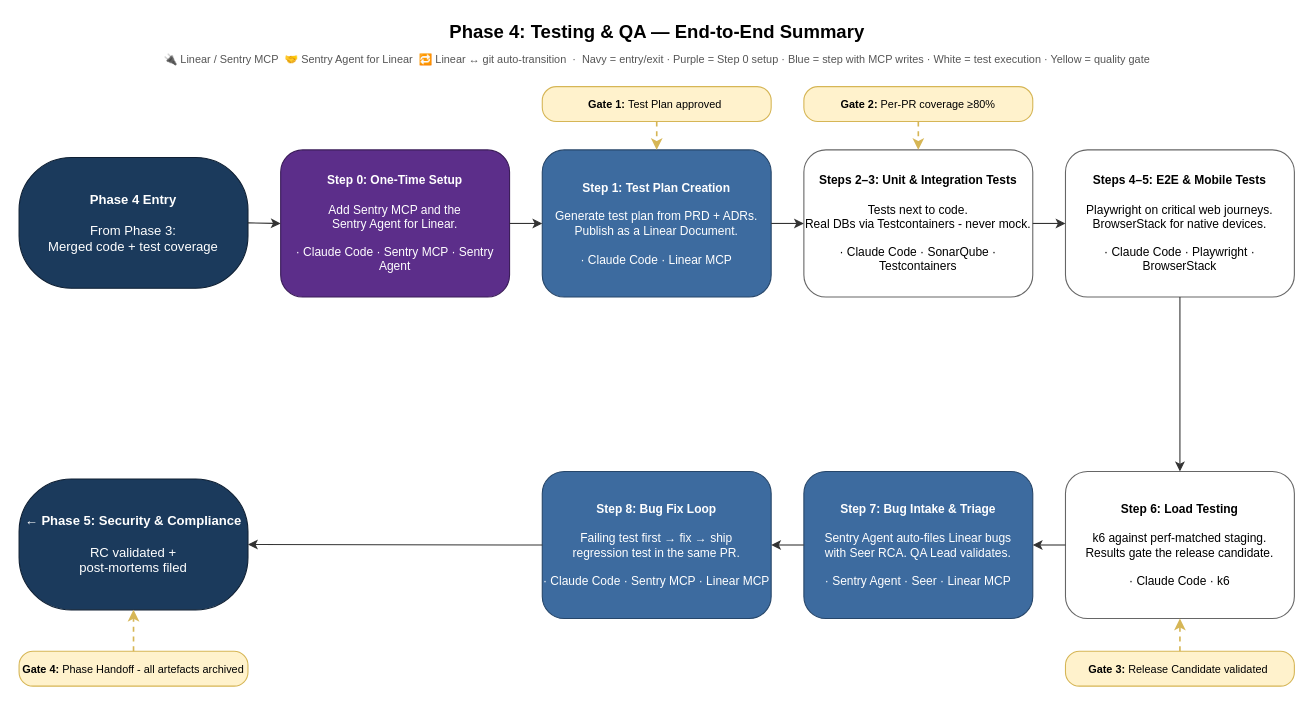
Before: aidlc-phases/04-testing-and-qa/FLOWCHART-SUMMARY-horizontal.drawio in kalpat-allion/ai-dlc, a draw.io diagram. Source tidied: cells renumbered, new cells numbered last; positions are measured from the earlier drawing's top-left corner, leaving out a move shared by most shapes. Both pictures are drawn from the tidied source at 109%, with x=0, y=0 at pixel (19, 19).
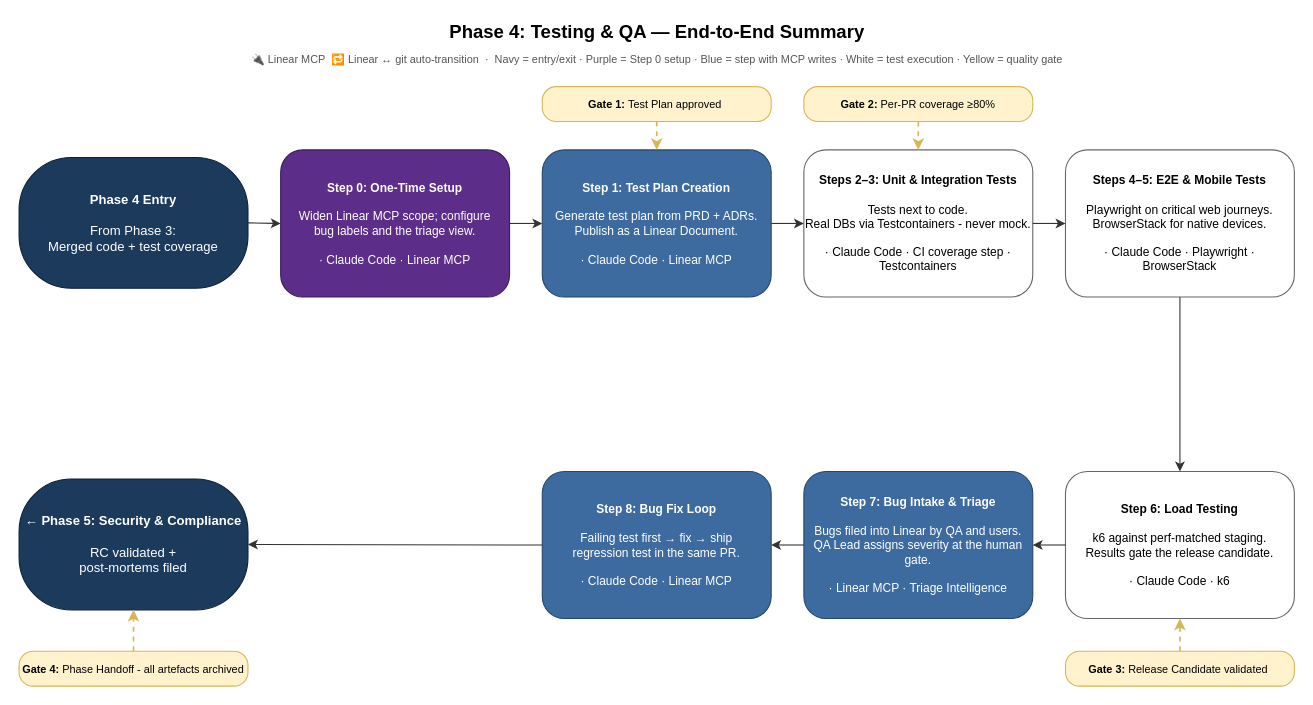
After the change.

What changed in the source:
```diff
@@
-    <mxCell id="3" value="🔌 Linear / Sentry MCP&amp;nbsp;&amp;nbsp;🤝 Sentry Agent for Linear&amp;nbsp;&amp;nbsp;🔁 Linear ↔ git auto-transition&amp;nbsp;&amp;nbsp;·&amp;nbsp;&amp;nbsp;Navy = entry/exit · Purple = Step 0 setup · Blue = step with MCP writes · White = test execution · Yellow = quality gate" style="text;html=1;align=center;verticalAlign=middle;fontSize=10;fontColor=#555555;" parent="1" vertex="1">
+    <mxCell id="3" value="🔌 Linear MCP&amp;nbsp;&amp;nbsp;🔁 Linear ↔ git auto-transition&amp;nbsp;&amp;nbsp;·&amp;nbsp;&amp;nbsp;Navy = entry/exit · Purple = Step 0 setup · Blue = step with MCP writes · White = test execution · Yellow = quality gate" style="text;html=1;align=center;verticalAlign=middle;fontSize=10;fontColor=#555555;" parent="1" vertex="1">
       <mxGeometry x="5" y="28" width="1160" height="18" as="geometry" />
     </mxCell>
@@
-    <mxCell id="7" value="&lt;b&gt;Step 0: One-Time Setup&lt;/b&gt;&lt;br&gt;&lt;br&gt;Add Sentry MCP and the&lt;br&gt;Sentry Agent for Linear.&lt;br&gt;&lt;br&gt;· Claude Code · Sentry MCP · Sentry Agent" style="rounded=1;whiteSpace=wrap;html=1;fillColor=#5C2E8A;fontColor=#FFFFFF;strokeColor=#3A1C58;fontSize=11;" parent="1" vertex="1">
+    <mxCell id="7" value="&lt;b&gt;Step 0: One-Time Setup&lt;/b&gt;&lt;br&gt;&lt;br&gt;Widen Linear MCP scope; configure&lt;br&gt;bug labels and the triage view.&lt;br&gt;&lt;br&gt;· Claude Code · Linear MCP" style="rounded=1;whiteSpace=wrap;html=1;fillColor=#5C2E8A;fontColor=#FFFFFF;strokeColor=#3A1C58;fontSize=11;" parent="1" vertex="1">
       <mxGeometry x="240" y="120" width="210" height="135" as="geometry" />
     </mxCell>
@@
-    <mxCell id="9" value="&lt;b&gt;Steps 2–3: Unit &amp;amp; Integration Tests&lt;/b&gt;&lt;br&gt;&lt;br&gt;Tests next to code.&lt;br&gt;Real DBs via Testcontainers - never mock.&lt;br&gt;&lt;br&gt;· Claude Code · SonarQube · Testcontainers" style="rounded=1;whiteSpace=wrap;html=1;fillColor=#FFFFFF;fontColor=#000000;strokeColor=#666666;fontSize=11;" parent="1" vertex="1">
+    <mxCell id="9" value="&lt;b&gt;Steps 2–3: Unit &amp;amp; Integration Tests&lt;/b&gt;&lt;br&gt;&lt;br&gt;Tests next to code.&lt;br&gt;Real DBs via Testcontainers - never mock.&lt;br&gt;&lt;br&gt;· Claude Code · CI coverage step · Testcontainers" style="rounded=1;whiteSpace=wrap;html=1;fillColor=#FFFFFF;fontColor=#000000;strokeColor=#666666;fontSize=11;" parent="1" vertex="1">
       <mxGeometry x="720" y="120" width="210" height="135" as="geometry" />
     </mxCell>
@@
-    <mxCell id="12" value="&lt;b&gt;Step 7: Bug Intake &amp;amp; Triage&lt;/b&gt;&lt;br&gt;&lt;br&gt;Sentry Agent auto-files Linear bugs&lt;br&gt;with Seer RCA. QA Lead validates.&lt;br&gt;&lt;br&gt;· Sentry Agent · Seer · Linear MCP" style="rounded=1;whiteSpace=wrap;html=1;fillColor=#3D6B9F;fontColor=#FFFFFF;strokeColor=#26466A;fontSize=11;" parent="1" vertex="1">
+    <mxCell id="12" value="&lt;b&gt;Step 7: Bug Intake &amp;amp; Triage&lt;/b&gt;&lt;br&gt;&lt;br&gt;Bugs filed into Linear by QA and users.&lt;br&gt;QA Lead assigns severity at the human gate.&lt;br&gt;&lt;br&gt;· Linear MCP · Triage Intelligence" style="rounded=1;whiteSpace=wrap;html=1;fillColor=#3D6B9F;fontColor=#FFFFFF;strokeColor=#26466A;fontSize=11;" parent="1" vertex="1">
       <mxGeometry x="720" y="415" width="210" height="135" as="geometry" />
     </mxCell>
-    <mxCell id="13" value="&lt;b&gt;Step 8: Bug Fix Loop&lt;/b&gt;&lt;br&gt;&lt;br&gt;Failing test first → fix → ship&lt;br&gt;regression test in the same PR.&lt;br&gt;&lt;br&gt;· Claude Code · Sentry MCP · Linear MCP" style="rounded=1;whiteSpace=wrap;html=1;fillColor=#3D6B9F;fontColor=#FFFFFF;strokeColor=#26466A;fontSize=11;" parent="1" vertex="1">
+    <mxCell id="13" value="&lt;b&gt;Step 8: Bug Fix Loop&lt;/b&gt;&lt;br&gt;&lt;br&gt;Failing test first → fix → ship&lt;br&gt;regression test in the same PR.&lt;br&gt;&lt;br&gt;· Claude Code · Linear MCP" style="rounded=1;whiteSpace=wrap;html=1;fillColor=#3D6B9F;fontColor=#FFFFFF;strokeColor=#26466A;fontSize=11;" parent="1" vertex="1">
       <mxGeometry x="480" y="415" width="210" height="135" as="geometry" />
     </mxCell>
```
